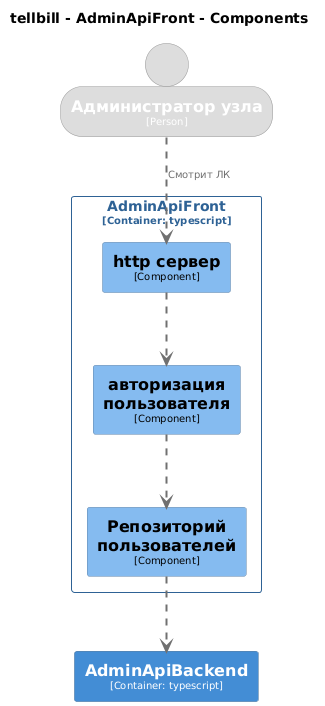
This is docs/c4-dsl/plantuml/png/structurizr-Component_AdminFront.png from lfuuu/Diplom, a PlantUML export, as it was before one commit. The source it was exported from:
```plantuml
@startuml
set separator none
title tellbill - AdminApiFront - Components

top to bottom direction

skinparam {
  arrowFontSize 10
  defaultTextAlignment center
  wrapWidth 200
  maxMessageSize 100
}

hide stereotype

skinparam rectangle<<tellbill.AdminApiBackend>> {
  BackgroundColor #438dd5
  FontColor #ffffff
  BorderColor #2e6295
  shadowing false
}
skinparam rectangle<<tellbill.AdminApiFront.httpсервер>> {
  BackgroundColor #85bbf0
  FontColor #000000
  BorderColor #5d82a8
  shadowing false
}
skinparam person<<Администраторузла>> {
  BackgroundColor #dddddd
  FontColor #ffffff
  BorderColor #9a9a9a
  shadowing false
}
skinparam rectangle<<tellbill.AdminApiFront.Репозиторийпользователей>> {
  BackgroundColor #85bbf0
  FontColor #000000
  BorderColor #5d82a8
  shadowing false
}
skinparam rectangle<<tellbill.AdminApiFront.авторизацияпользователя>> {
  BackgroundColor #85bbf0
  FontColor #000000
  BorderColor #5d82a8
  shadowing false
}
skinparam rectangle<<tellbill.AdminApiFront>> {
  BorderColor #2e6295
  FontColor #2e6295
  shadowing false
}

person "==Администратор узла\n<size:10>[Person]</size>" <<Администраторузла>> as Администраторузла
rectangle "==AdminApiBackend\n<size:10>[Container: typescript]</size>" <<tellbill.AdminApiBackend>> as tellbill.AdminApiBackend

rectangle "AdminApiFront\n<size:10>[Container: typescript]</size>" <<tellbill.AdminApiFront>> {
  rectangle "==http сервер\n<size:10>[Component]</size>" <<tellbill.AdminApiFront.httpсервер>> as tellbill.AdminApiFront.httpсервер
  rectangle "==авторизация пользователя\n<size:10>[Component]</size>" <<tellbill.AdminApiFront.авторизацияпользователя>> as tellbill.AdminApiFront.авторизацияпользователя
  rectangle "==Репозиторий пользователей\n<size:10>[Component]</size>" <<tellbill.AdminApiFront.Репозиторийпользователей>> as tellbill.AdminApiFront.Репозиторийпользователей
}

tellbill.AdminApiFront.авторизацияпользователя .[#707070,thickness=2].> tellbill.AdminApiFront.Репозиторийпользователей : "<color:#707070>"
tellbill.AdminApiFront.httpсервер .[#707070,thickness=2].> tellbill.AdminApiFront.авторизацияпользователя : "<color:#707070>"
tellbill.AdminApiFront.Репозиторийпользователей .[#707070,thickness=2].> tellbill.AdminApiBackend : "<color:#707070>"
Администраторузла .[#707070,thickness=2].> tellbill.AdminApiFront.httpсервер : "<color:#707070>Смотрит ЛК"
@enduml
```
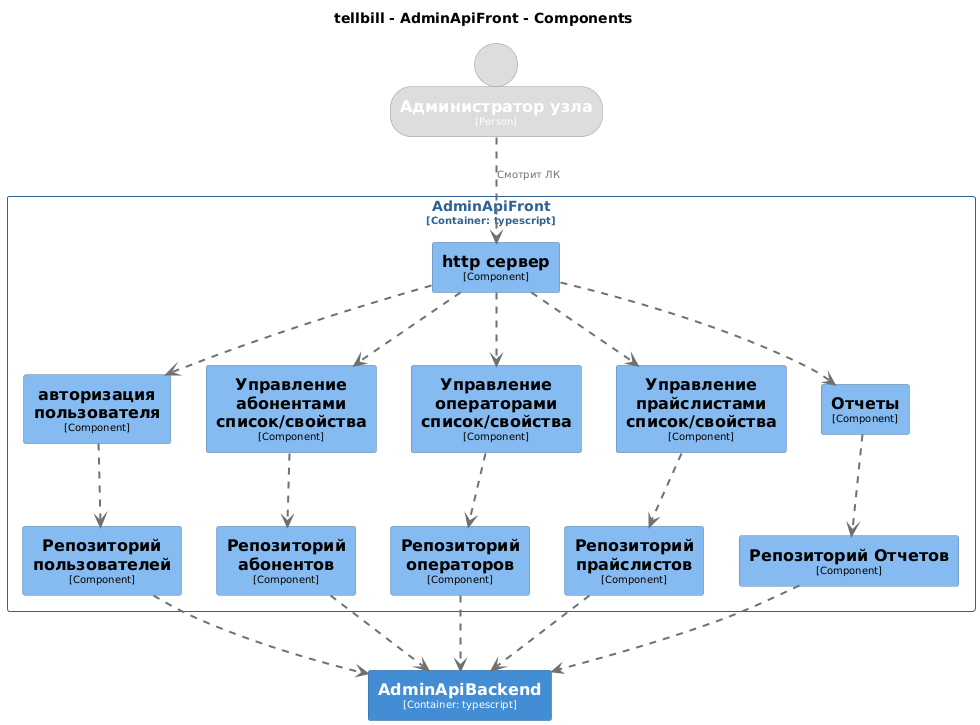
Later version of the same file.

Change to the diagram source:
```diff
@@ -31,7 +31,55 @@
   BorderColor #9a9a9a
   shadowing false
 }
+skinparam rectangle<<tellbill.AdminApiFront.Отчеты>> {
+  BackgroundColor #85bbf0
+  FontColor #000000
+  BorderColor #5d82a8
+  shadowing false
+}
+skinparam rectangle<<tellbill.AdminApiFront.РепозиторийОтчетов>> {
+  BackgroundColor #85bbf0
+  FontColor #000000
+  BorderColor #5d82a8
+  shadowing false
+}
+skinparam rectangle<<tellbill.AdminApiFront.Репозиторийабонентов>> {
+  BackgroundColor #85bbf0
+  FontColor #000000
+  BorderColor #5d82a8
+  shadowing false
+}
+skinparam rectangle<<tellbill.AdminApiFront.Репозиторийоператоров>> {
+  BackgroundColor #85bbf0
+  FontColor #000000
+  BorderColor #5d82a8
+  shadowing false
+}
 skinparam rectangle<<tellbill.AdminApiFront.Репозиторийпользователей>> {
+  BackgroundColor #85bbf0
+  FontColor #000000
+  BorderColor #5d82a8
+  shadowing false
+}
+skinparam rectangle<<tellbill.AdminApiFront.Репозиторийпрайслистов>> {
+  BackgroundColor #85bbf0
+  FontColor #000000
+  BorderColor #5d82a8
+  shadowing false
+}
+skinparam rectangle<<tellbill.AdminApiFront.Управлениеабонентамисписоксвойства>> {
+  BackgroundColor #85bbf0
+  FontColor #000000
+  BorderColor #5d82a8
+  shadowing false
+}
+skinparam rectangle<<tellbill.AdminApiFront.Управлениеоператорамисписоксвойства>> {
+  BackgroundColor #85bbf0
+  FontColor #000000
+  BorderColor #5d82a8
+  shadowing false
+}
+skinparam rectangle<<tellbill.AdminApiFront.Управлениепрайслистамисписоксвойства>> {
   BackgroundColor #85bbf0
   FontColor #000000
   BorderColor #5d82a8
@@ -56,10 +104,30 @@
   rectangle "==http сервер\n<size:10>[Component]</size>" <<tellbill.AdminApiFront.httpсервер>> as tellbill.AdminApiFront.httpсервер
   rectangle "==авторизация пользователя\n<size:10>[Component]</size>" <<tellbill.AdminApiFront.авторизацияпользователя>> as tellbill.AdminApiFront.авторизацияпользователя
   rectangle "==Репозиторий пользователей\n<size:10>[Component]</size>" <<tellbill.AdminApiFront.Репозиторийпользователей>> as tellbill.AdminApiFront.Репозиторийпользователей
+  rectangle "==Управление абонентами список/свойства\n<size:10>[Component]</size>" <<tellbill.AdminApiFront.Управлениеабонентамисписоксвойства>> as tellbill.AdminApiFront.Управлениеабонентамисписоксвойства
+  rectangle "==Репозиторий абонентов\n<size:10>[Component]</size>" <<tellbill.AdminApiFront.Репозиторийабонентов>> as tellbill.AdminApiFront.Репозиторийабонентов
+  rectangle "==Управление операторами список/свойства\n<size:10>[Component]</size>" <<tellbill.AdminApiFront.Управлениеоператорамисписоксвойства>> as tellbill.AdminApiFront.Управлениеоператорамисписоксвойства
+  rectangle "==Репозиторий операторов\n<size:10>[Component]</size>" <<tellbill.AdminApiFront.Репозиторийоператоров>> as tellbill.AdminApiFront.Репозиторийоператоров
+  rectangle "==Управление прайслистами список/свойства\n<size:10>[Component]</size>" <<tellbill.AdminApiFront.Управлениепрайслистамисписоксвойства>> as tellbill.AdminApiFront.Управлениепрайслистамисписоксвойства
+  rectangle "==Репозиторий прайслистов\n<size:10>[Component]</size>" <<tellbill.AdminApiFront.Репозиторийпрайслистов>> as tellbill.AdminApiFront.Репозиторийпрайслистов
+  rectangle "==Отчеты\n<size:10>[Component]</size>" <<tellbill.AdminApiFront.Отчеты>> as tellbill.AdminApiFront.Отчеты
+  rectangle "==Репозиторий Отчетов\n<size:10>[Component]</size>" <<tellbill.AdminApiFront.РепозиторийОтчетов>> as tellbill.AdminApiFront.РепозиторийОтчетов
 }
 
 tellbill.AdminApiFront.авторизацияпользователя .[#707070,thickness=2].> tellbill.AdminApiFront.Репозиторийпользователей : "<color:#707070>"
 tellbill.AdminApiFront.httpсервер .[#707070,thickness=2].> tellbill.AdminApiFront.авторизацияпользователя : "<color:#707070>"
+tellbill.AdminApiFront.Управлениеабонентамисписоксвойства .[#707070,thickness=2].> tellbill.AdminApiFront.Репозиторийабонентов : "<color:#707070>"
+tellbill.AdminApiFront.httpсервер .[#707070,thickness=2].> tellbill.AdminApiFront.Управлениеабонентамисписоксвойства : "<color:#707070>"
+tellbill.AdminApiFront.Управлениеоператорамисписоксвойства .[#707070,thickness=2].> tellbill.AdminApiFront.Репозиторийоператоров : "<color:#707070>"
+tellbill.AdminApiFront.httpсервер .[#707070,thickness=2].> tellbill.AdminApiFront.Управлениеоператорамисписоксвойства : "<color:#707070>"
+tellbill.AdminApiFront.Управлениепрайслистамисписоксвойства .[#707070,thickness=2].> tellbill.AdminApiFront.Репозиторийпрайслистов : "<color:#707070>"
+tellbill.AdminApiFront.httpсервер .[#707070,thickness=2].> tellbill.AdminApiFront.Управлениепрайслистамисписоксвойства : "<color:#707070>"
+tellbill.AdminApiFront.Отчеты .[#707070,thickness=2].> tellbill.AdminApiFront.РепозиторийОтчетов : "<color:#707070>"
+tellbill.AdminApiFront.httpсервер .[#707070,thickness=2].> tellbill.AdminApiFront.Отчеты : "<color:#707070>"
 tellbill.AdminApiFront.Репозиторийпользователей .[#707070,thickness=2].> tellbill.AdminApiBackend : "<color:#707070>"
+tellbill.AdminApiFront.Репозиторийабонентов .[#707070,thickness=2].> tellbill.AdminApiBackend : "<color:#707070>"
+tellbill.AdminApiFront.Репозиторийоператоров .[#707070,thickness=2].> tellbill.AdminApiBackend : "<color:#707070>"
+tellbill.AdminApiFront.Репозиторийпрайслистов .[#707070,thickness=2].> tellbill.AdminApiBackend : "<color:#707070>"
+tellbill.AdminApiFront.РепозиторийОтчетов .[#707070,thickness=2].> tellbill.AdminApiBackend : "<color:#707070>"
 Администраторузла .[#707070,thickness=2].> tellbill.AdminApiFront.httpсервер : "<color:#707070>Смотрит ЛК"
 @enduml
```
